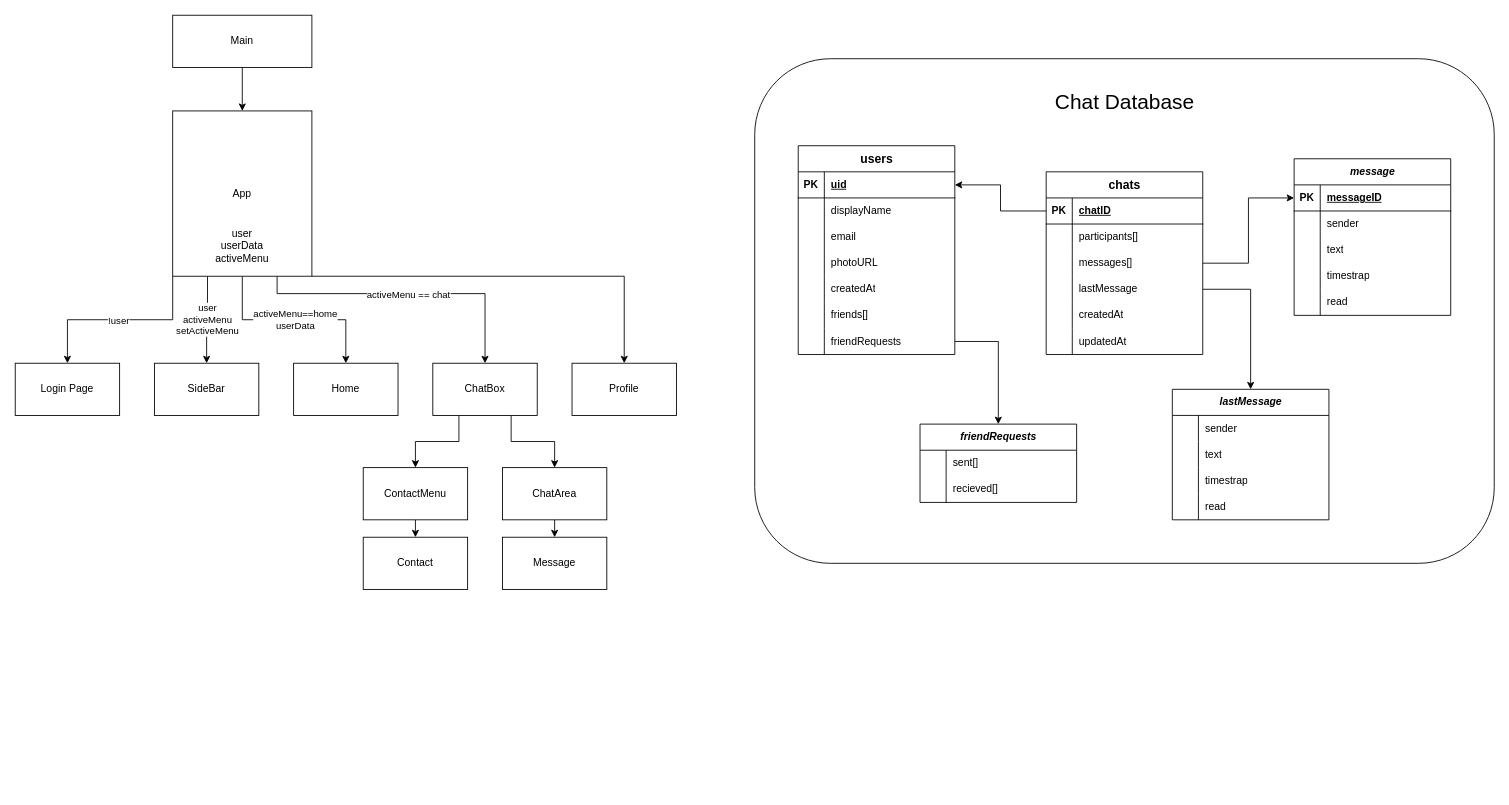
The draw.io diagram Component Design.drawio in CreepyPasta69/Chat-app, before the edit. Source tidied: cells renumbered, new cells numbered last; positions are measured from the earlier drawing's top-left corner, leaving out a move shared by most shapes. Both pictures are drawn from the tidied source at 87%, with x=0, y=0 at pixel (15, 15).
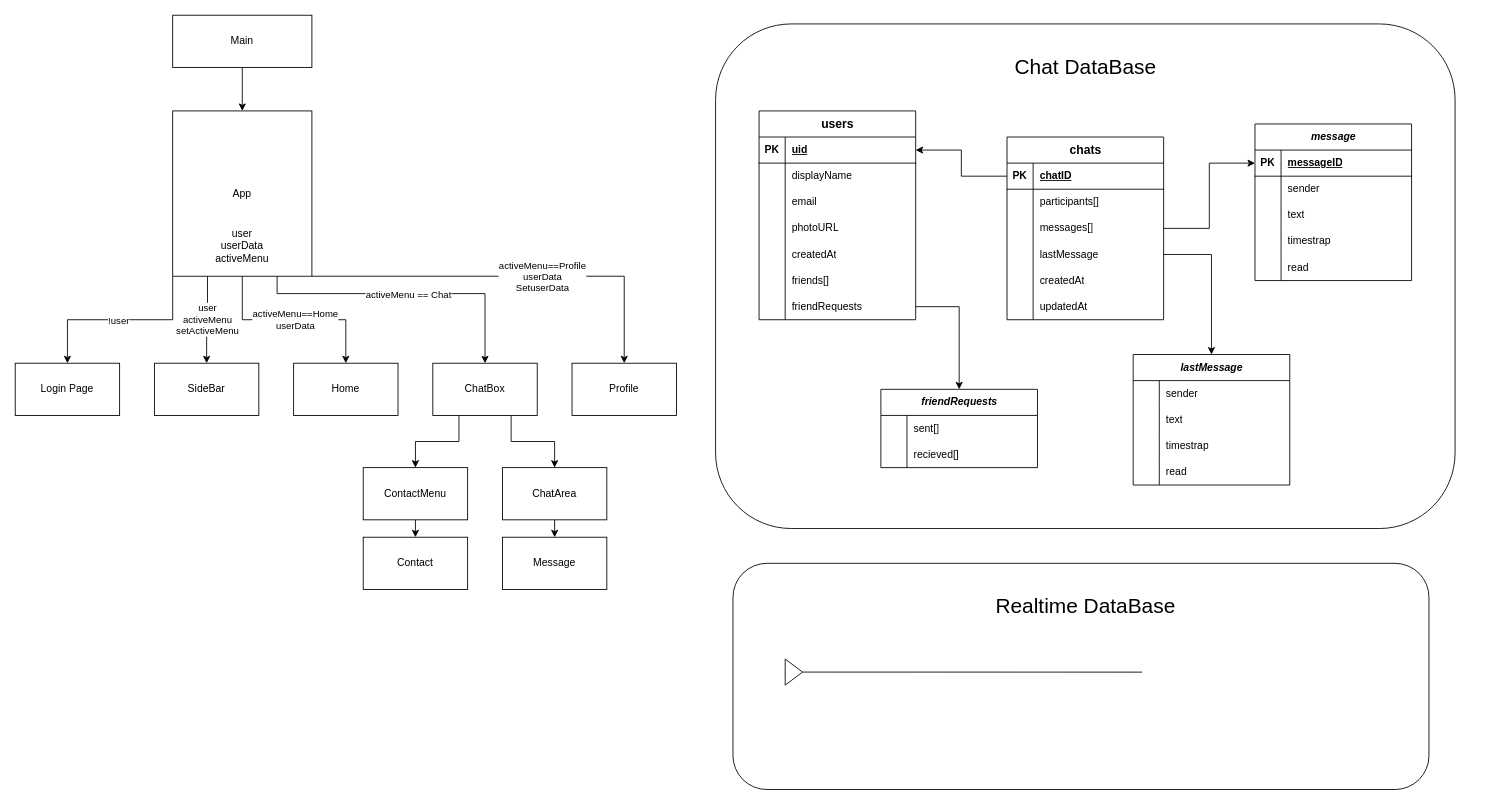
Above is the later version.

The change refers to these unchanged cells:
```xml
<mxCell id="7" style="edgeStyle=orthogonalEdgeStyle;rounded=0;jettySize=auto;html=1;exitX=0.75;exitY=1;exitDx=0;exitDy=0;entryX=0.5;entryY=0;entryDx=0;entryDy=0;" parent="1" edge="1" source="12" target="26">
  <mxGeometry relative="1" as="geometry">
    <Array as="points">
      <mxPoint x="301" y="320" />
      <mxPoint x="540" y="320" />
    </Array>
  </mxGeometry>
</mxCell>
<mxCell id="9" style="edgeStyle=orthogonalEdgeStyle;rounded=0;jettySize=auto;html=1;exitX=0.5;exitY=1;exitDx=0;exitDy=0;entryX=0.5;entryY=0;entryDx=0;entryDy=0;" parent="1" edge="1" source="12" target="27">
  <mxGeometry relative="1" as="geometry" />
</mxCell>
<mxCell id="11" style="edgeStyle=orthogonalEdgeStyle;rounded=0;jettySize=auto;html=1;exitX=1;exitY=1;exitDx=0;exitDy=0;entryX=0.5;entryY=0;entryDx=0;entryDy=0;" parent="1" edge="1" source="12" target="110">
  <mxGeometry relative="1" as="geometry">
    <Array as="points">
      <mxPoint x="700" y="300" />
    </Array>
  </mxGeometry>
</mxCell>
```

The edit, as a diff of the source:
```diff
@@
     <mxCell id="2" style="rounded=1;whiteSpace=wrap;html=1;" parent="1" vertex="1">
-      <mxGeometry x="850" y="50" width="850" height="580" as="geometry" />
+      <mxGeometry x="805" y="10" width="850" height="580" as="geometry" />
     </mxCell>
@@
-    <mxCell id="8" value="activeMenu == chat" style="edgeLabel;html=1;align=center;verticalAlign=middle;" parent="7" vertex="1">
+    <mxCell id="8" value="activeMenu == Chat" style="edgeLabel;html=1;align=center;verticalAlign=middle;" parent="7" vertex="1">
       <mxGeometry y="-1" relative="1" as="geometry" />
     </mxCell>
@@
-    <mxCell id="10" value="activeMenu==home&lt;div&gt;userData&lt;/div&gt;" style="edgeLabel;html=1;align=center;verticalAlign=middle;" parent="9" vertex="1">
+    <mxCell id="10" value="activeMenu==Home&lt;div&gt;userData&lt;/div&gt;" style="edgeLabel;html=1;align=center;verticalAlign=middle;" parent="9" vertex="1">
       <mxGeometry y="1" relative="1" as="geometry" />
     </mxCell>
@@
+    <mxCell id="111" value="&lt;div&gt;activeMenu==Profile&lt;/div&gt;userData&lt;div&gt;SetuserData&lt;/div&gt;" style="edgeLabel;html=1;align=center;verticalAlign=middle;" parent="11" vertex="1">
+      <mxGeometry x="0.15" relative="1" as="geometry" />
+    </mxCell>
@@
     <mxCell id="29" value="&lt;font style=&quot;font-size: 14px;&quot;&gt;users&lt;/font&gt;" style="shape=table;startSize=30;childLayout=tableLayout;rowLines=0;fontStyle=1;align=center;html=1;" parent="1" vertex="1">
-      <mxGeometry x="900" y="150" width="180" height="240" as="geometry" />
+      <mxGeometry x="855" y="110" width="180" height="240" as="geometry" />
     </mxCell>
@@
     <mxCell id="51" value="&lt;i&gt;friendRequests&lt;/i&gt;" style="shape=table;startSize=30;childLayout=tableLayout;rowLines=0;fontStyle=1;align=center;html=1;" parent="1" vertex="1">
-      <mxGeometry x="1040" y="470" width="180" height="90" as="geometry" />
+      <mxGeometry x="995" y="430" width="180" height="90" as="geometry" />
     </mxCell>
@@
     <mxCell id="58" value="&lt;font style=&quot;font-size: 14px;&quot;&gt;chats&lt;/font&gt;" style="shape=table;startSize=30;childLayout=tableLayout;rowLines=0;fontStyle=1;align=center;html=1;" parent="1" vertex="1">
-      <mxGeometry x="1185" y="180" width="180" height="210" as="geometry" />
+      <mxGeometry x="1140" y="140" width="180" height="210" as="geometry" />
     </mxCell>
@@
     <mxCell id="78" value="&lt;i&gt;message&lt;/i&gt;" style="shape=table;startSize=30;childLayout=tableLayout;rowLines=0;fontStyle=1;align=center;html=1;" parent="1" vertex="1">
-      <mxGeometry x="1470" y="165" width="180" height="180" as="geometry" />
+      <mxGeometry x="1425" y="125" width="180" height="180" as="geometry" />
     </mxCell>
@@
     <mxCell id="95" value="&lt;i&gt;lastMessage&lt;/i&gt;" style="shape=table;startSize=30;childLayout=tableLayout;rowLines=0;fontStyle=1;align=center;html=1;" parent="1" vertex="1">
-      <mxGeometry x="1330" y="430" width="180" height="150" as="geometry" />
+      <mxGeometry x="1285" y="390" width="180" height="150" as="geometry" />
     </mxCell>
@@
-    <mxCell id="109" value="&lt;font style=&quot;font-size: 24px;&quot;&gt;Chat Database&lt;/font&gt;" style="text;html=1;align=center;verticalAlign=middle;strokeColor=none;fillColor=none;" parent="1" vertex="1">
-      <mxGeometry x="1185" y="80" width="180" height="40" as="geometry" />
+    <mxCell id="109" value="&lt;font style=&quot;font-size: 24px;&quot;&gt;Chat DataBase&lt;/font&gt;" style="text;html=1;align=center;verticalAlign=middle;strokeColor=none;fillColor=none;" parent="1" vertex="1">
+      <mxGeometry x="1135" y="40" width="190" height="40" as="geometry" />
     </mxCell>
@@
+    <mxCell id="112" style="rounded=1;whiteSpace=wrap;html=1;" parent="1" vertex="1">
+      <mxGeometry x="825" y="630" width="800" height="260" as="geometry" />
+    </mxCell>
+    <mxCell id="113" value="&lt;font style=&quot;font-size: 24px;&quot;&gt;Realtime DataBase&lt;/font&gt;" style="text;html=1;align=center;verticalAlign=middle;strokeColor=none;fillColor=none;" parent="1" vertex="1">
+      <mxGeometry x="1115" y="660" width="230" height="40" as="geometry" />
+    </mxCell>
+    <mxCell id="114" style="triangle;whiteSpace=wrap;html=1;" parent="1" vertex="1">
+      <mxGeometry x="885" y="740" width="20" height="30" as="geometry" />
+    </mxCell>
+    <mxCell id="115" style="endArrow=none;html=1;rounded=0;exitX=1;exitY=0.5;exitDx=0;exitDy=0;entryX=0.588;entryY=0.481;entryDx=0;entryDy=0;entryPerimeter=0;" parent="1" edge="1" source="114" target="112">
+      <mxGeometry relative="1" as="geometry" />
+    </mxCell>
```
